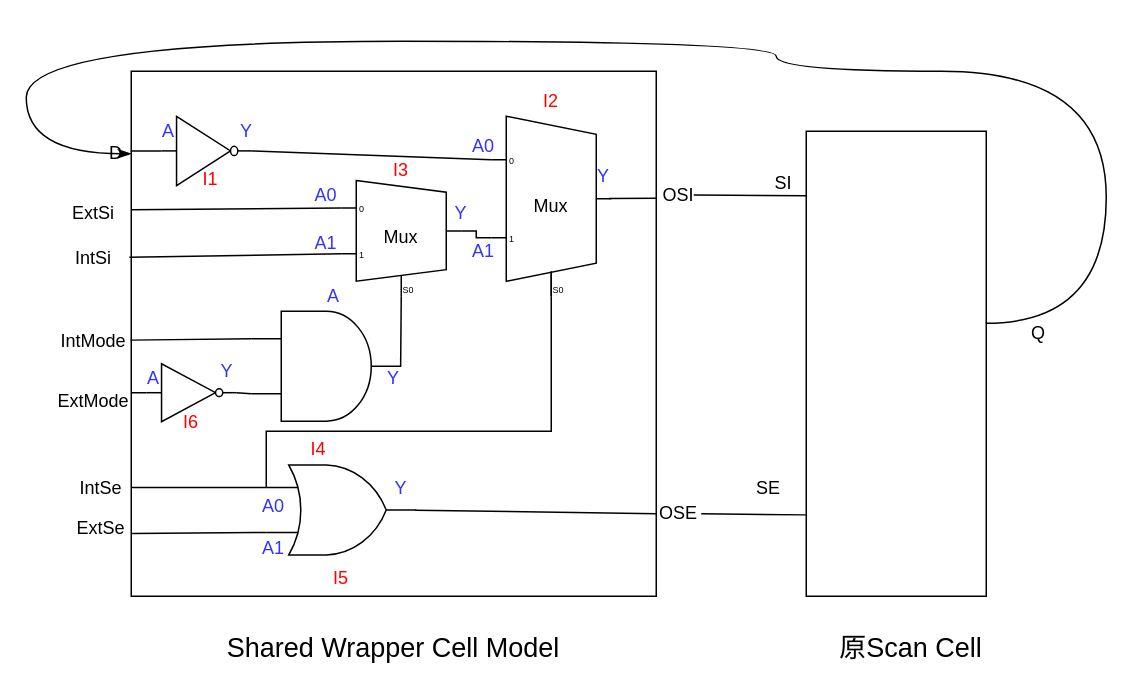
Before: 未命名绘图.drawio in Gao-June/Algorithm_Exercise, a draw.io diagram. Source tidied: cells renumbered, new cells numbered last; positions are measured from the earlier drawing's top-left corner, leaving out a move shared by most shapes. Both pictures are drawn from the tidied source at 150%, with x=0, y=0 at pixel (26, 40).
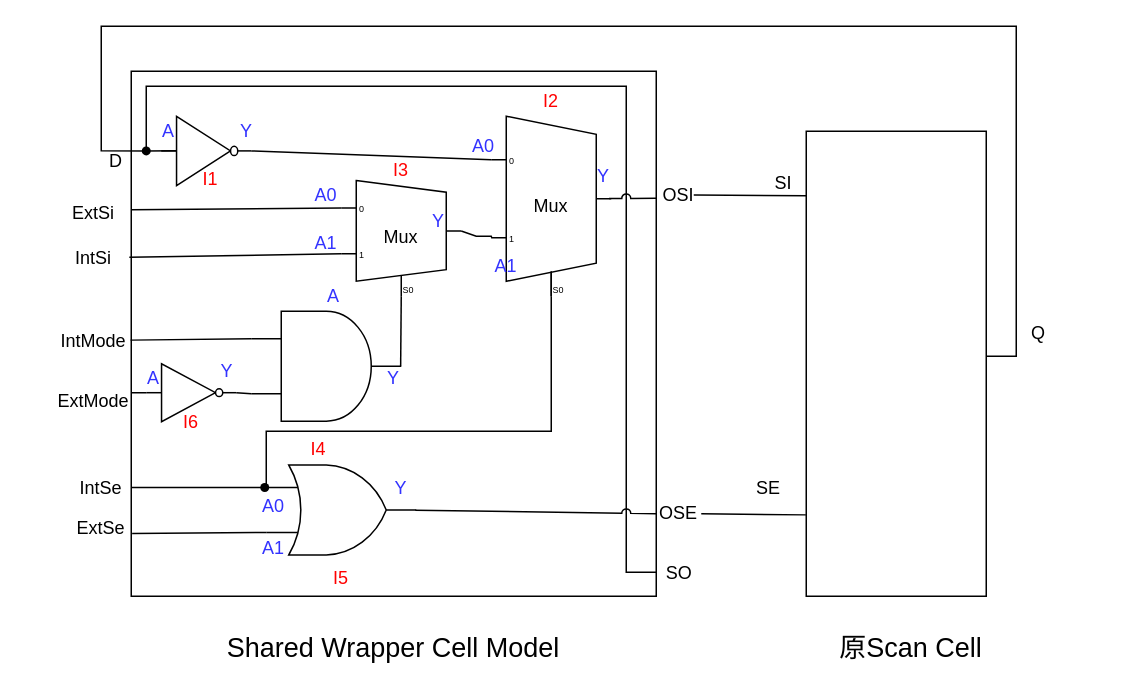
After the change.

Unchanged cells that the change refers to:
```xml
<mxCell id="2" style="rounded=0;whiteSpace=wrap;html=1;" parent="1" vertex="1">
  <mxGeometry x="70" y="20" width="350" height="350" as="geometry" />
</mxCell>
<mxCell id="4" value="IntSe" style="text;html=1;align=center;verticalAlign=middle;whiteSpace=wrap;rounded=0;" parent="1" vertex="1">
  <mxGeometry x="30" y="282.5" width="40" height="30" as="geometry" />
</mxCell>
<mxCell id="11" value="OSE" style="text;html=1;align=center;verticalAlign=middle;whiteSpace=wrap;rounded=0;" parent="1" vertex="1">
  <mxGeometry x="420" y="300" width="30" height="30" as="geometry" />
</mxCell>
<mxCell id="17" style="group;" parent="1" vertex="1">
  <mxGeometry x="310" y="30" width="90" height="140" as="geometry" />
</mxCell>
<mxCell id="18" value="Mux" style="shadow=0;dashed=0;align=center;html=1;strokeWidth=1;shape=mxgraph.electrical.abstract.mux2;whiteSpace=wrap;direction=east;flipH=0;flipV=0;" parent="17" vertex="1">
  <mxGeometry y="20" width="80" height="120" as="geometry" />
</mxCell>
<mxCell id="21" style="group;" parent="1" vertex="1">
  <mxGeometry x="210" y="80" width="80" height="90" as="geometry" />
</mxCell>
<mxCell id="22" value="Mux" style="shadow=0;dashed=0;align=center;html=1;strokeWidth=1;shape=mxgraph.electrical.abstract.mux2;whiteSpace=wrap;" parent="21" vertex="1">
  <mxGeometry y="12.9" width="80" height="77.1" as="geometry" />
</mxCell>
<mxCell id="34" style="verticalLabelPosition=bottom;shadow=0;dashed=0;align=center;html=1;verticalAlign=top;shape=mxgraph.electrical.logic_gates.logic_gate;operation=or;" parent="33" vertex="1">
  <mxGeometry width="100" height="60" as="geometry" />
</mxCell>
<mxCell id="42" style="verticalLabelPosition=bottom;shadow=0;dashed=0;align=center;html=1;verticalAlign=top;shape=mxgraph.electrical.logic_gates.inverter_2;" parent="41" vertex="1">
  <mxGeometry width="60" height="46.2" as="geometry" />
</mxCell>
<mxCell id="62" style="rounded=0;whiteSpace=wrap;html=1;" parent="1" vertex="1">
  <mxGeometry x="520" y="60" width="120" height="310" as="geometry" />
</mxCell>
```

Change to the diagram source:
```diff
@@
     <mxCell id="3" value="D" style="text;html=1;align=center;verticalAlign=middle;whiteSpace=wrap;rounded=0;" parent="1" vertex="1">
-      <mxGeometry x="50" y="62.5" width="20" height="25" as="geometry" />
+      <mxGeometry x="50" y="67.5" width="20" height="25" as="geometry" />
     </mxCell>
@@
-    <mxCell id="13" style="endArrow=none;html=1;rounded=0;exitX=0;exitY=0.5;exitDx=0;exitDy=0;exitPerimeter=0;entryX=0.983;entryY=0.426;entryDx=0;entryDy=0;entryPerimeter=0;" parent="1" edge="1" source="42" target="3">
-      <mxGeometry relative="1" as="geometry" />
+    <mxCell id="13" style="endArrow=none;html=1;rounded=0;noJump=0;jumpStyle=arc;" parent="1" edge="1" target="72">
+      <mxGeometry relative="1" as="geometry">
+        <mxPoint x="420" y="354" as="sourcePoint" />
+        <Array as="points">
+          <mxPoint x="400" y="354" />
+          <mxPoint x="400" y="210" />
+          <mxPoint x="400" y="120" />
+          <mxPoint x="400" y="30" />
+          <mxPoint x="280" y="30" />
+          <mxPoint x="120" y="30" />
+          <mxPoint x="80" y="30" />
+          <mxPoint x="80" y="50" />
+          <mxPoint x="80" y="73" />
+        </Array>
+      </mxGeometry>
     </mxCell>
@@
-    <mxCell id="15" style="endArrow=none;html=1;rounded=0;exitX=1;exitY=0.5;exitDx=0;exitDy=-5;exitPerimeter=0;entryX=0;entryY=0.65;entryDx=0;entryDy=3;entryPerimeter=0;edgeStyle=orthogonalEdgeStyle;" parent="1" edge="1" source="22" target="18">
-      <mxGeometry relative="1" as="geometry" />
-    </mxCell>
@@
+    <mxCell id="52" value="&lt;font style=&quot;color: rgb(51, 51, 255);&quot;&gt;A1&lt;/font&gt;" style="text;html=1;align=center;verticalAlign=middle;whiteSpace=wrap;rounded=0;" parent="17" vertex="1">
+      <mxGeometry x="-5" y="110" width="30" height="20" as="geometry" />
+    </mxCell>
@@
+    <mxCell id="53" value="&lt;font style=&quot;color: rgb(51, 51, 255);&quot;&gt;Y&lt;/font&gt;" style="text;html=1;align=center;verticalAlign=middle;whiteSpace=wrap;rounded=0;" parent="21" vertex="1">
+      <mxGeometry x="50" y="30" width="30" height="20" as="geometry" />
+    </mxCell>
@@
-    <mxCell id="46" style="endArrow=none;html=1;rounded=0;entryX=0;entryY=0.25;entryDx=0;entryDy=0;entryPerimeter=0;exitX=1;exitY=0.5;exitDx=0;exitDy=0;" parent="1" edge="1" source="4" target="34">
+    <mxCell id="46" style="endArrow=none;html=1;rounded=0;entryX=0;entryY=0.25;entryDx=0;entryDy=0;entryPerimeter=0;exitDx=0;exitDy=0;" parent="1" edge="1" source="74" target="34">
       <mxGeometry relative="1" as="geometry" />
     </mxCell>
@@
-    <mxCell id="49" style="endArrow=none;html=1;rounded=0;entryX=0.981;entryY=0.457;entryDx=0;entryDy=0;entryPerimeter=0;exitX=1;exitY=0.242;exitDx=0;exitDy=0;exitPerimeter=0;" parent="1" edge="1" source="2" target="18">
+    <mxCell id="49" style="endArrow=none;html=1;rounded=0;entryX=0.981;entryY=0.457;entryDx=0;entryDy=0;entryPerimeter=0;exitX=1;exitY=0.242;exitDx=0;exitDy=0;exitPerimeter=0;jumpStyle=arc;" parent="1" edge="1" source="2" target="18">
       <mxGeometry relative="1" as="geometry" />
     </mxCell>
-    <mxCell id="50" style="endArrow=none;html=1;rounded=0;exitX=0.994;exitY=0.502;exitDx=0;exitDy=0;exitPerimeter=0;entryX=0;entryY=0.5;entryDx=0;entryDy=0;" parent="1" edge="1" source="34" target="11">
+    <mxCell id="50" style="endArrow=none;html=1;rounded=0;exitX=0.994;exitY=0.502;exitDx=0;exitDy=0;exitPerimeter=0;entryX=0;entryY=0.5;entryDx=0;entryDy=0;noJump=0;jumpStyle=arc;" parent="1" edge="1" source="34" target="11">
       <mxGeometry relative="1" as="geometry" />
     </mxCell>
@@
-    <mxCell id="52" value="&lt;font style=&quot;color: rgb(51, 51, 255);&quot;&gt;A1&lt;/font&gt;" style="text;html=1;align=center;verticalAlign=middle;whiteSpace=wrap;rounded=0;" parent="1" vertex="1">
-      <mxGeometry x="290" y="130" width="30" height="20" as="geometry" />
-    </mxCell>
-    <mxCell id="53" value="&lt;font style=&quot;color: rgb(51, 51, 255);&quot;&gt;Y&lt;/font&gt;" style="text;html=1;align=center;verticalAlign=middle;whiteSpace=wrap;rounded=0;" parent="1" vertex="1">
-      <mxGeometry x="275" y="105" width="30" height="20" as="geometry" />
-    </mxCell>
@@
-    <mxCell id="69" style="endArrow=classicThin;html=1;rounded=0;entryX=1;entryY=0.5;entryDx=0;entryDy=0;exitX=0.998;exitY=0.413;exitDx=0;exitDy=0;exitPerimeter=0;edgeStyle=orthogonalEdgeStyle;elbow=vertical;curved=1;endFill=1;" parent="1" edge="1" source="62" target="3">
-      <mxGeometry relative="1" as="geometry">
-        <Array as="points">
-          <mxPoint x="720" y="188" />
-          <mxPoint x="720" y="20" />
-          <mxPoint x="500" y="20" />
-          <mxPoint x="500" />
-          <mxPoint />
-          <mxPoint y="75" />
-        </Array>
-      </mxGeometry>
-    </mxCell>
+    <mxCell id="70" style="endArrow=none;html=1;rounded=0;entryX=0.17;entryY=0.498;entryDx=0;entryDy=0;entryPerimeter=0;" parent="1" edge="1" source="72" target="42">
+      <mxGeometry relative="1" as="geometry" />
+    </mxCell>
+    <mxCell id="71" style="endArrow=none;html=1;rounded=0;entryX=1;entryY=0.484;entryDx=0;entryDy=0;entryPerimeter=0;" parent="1" edge="1" source="72" target="62">
+      <mxGeometry relative="1" as="geometry">
+        <Array as="points">
+          <mxPoint x="50" y="73" />
+          <mxPoint x="50" y="30" />
+          <mxPoint x="50" y="-10" />
+          <mxPoint x="90" y="-10" />
+          <mxPoint x="140" y="-10" />
+          <mxPoint x="220" y="-10" />
+          <mxPoint x="370" y="-10" />
+          <mxPoint x="660" y="-10" />
+          <mxPoint x="660" y="80" />
+          <mxPoint x="660" y="210" />
+        </Array>
+      </mxGeometry>
+    </mxCell>
+    <mxCell id="72" style="shape=waypoint;sketch=0;fillStyle=solid;size=6;points=[];fillColor=none;perimeter=centerPerimeter;snapToPoint=1;" parent="1" vertex="1">
+      <mxGeometry x="70" y="63.1" width="20" height="20" as="geometry" />
+    </mxCell>
+    <mxCell id="73" style="endArrow=none;html=1;rounded=0;entryDx=0;entryDy=0;entryPerimeter=0;exitX=1;exitY=0.5;exitDx=0;exitDy=0;" parent="1" edge="1" source="4" target="74">
+      <mxGeometry relative="1" as="geometry" />
+    </mxCell>
+    <mxCell id="74" style="shape=waypoint;sketch=0;fillStyle=solid;size=6;points=[];fillColor=none;perimeter=centerPerimeter;snapToPoint=1;" parent="1" vertex="1">
+      <mxGeometry x="149" y="287.5" width="20" height="20" as="geometry" />
+    </mxCell>
+    <mxCell id="15" style="endArrow=none;html=1;rounded=0;exitX=1;exitY=0.5;exitDx=0;exitDy=-5;exitPerimeter=0;entryX=0.005;entryY=0.676;entryDx=0;entryDy=0;entryPerimeter=0;" parent="1" edge="1" source="22" target="18">
+      <mxGeometry relative="1" as="geometry">
+        <Array as="points">
+          <mxPoint x="300" y="130" />
+          <mxPoint x="310" y="130" />
+        </Array>
+      </mxGeometry>
+    </mxCell>
+    <mxCell id="75" value="SO" style="text;html=1;align=center;verticalAlign=middle;whiteSpace=wrap;rounded=0;" parent="1" vertex="1">
+      <mxGeometry x="422.5" y="340" width="25" height="30" as="geometry" />
+    </mxCell>
```
